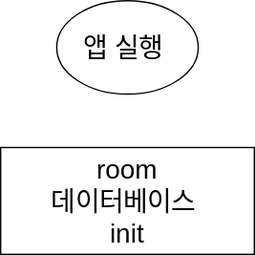
Earlier version of the draw.io export app_design/version_1/voca_block_view_flow.svg (Jiy-park/voca_block). Source tidied: cells renumbered, new cells last; positions are measured from the earlier drawing's top-left corner, leaving out a move shared by most shapes. Its diagram source:
```xml
<mxGraphModel>
  <root>
    <mxCell id="0" />
    <mxCell id="1" parent="0" />
    <mxCell id="2" value="&lt;font style=&quot;font-size: 20px;&quot;&gt;앱 실행&amp;nbsp;&lt;/font&gt;" style="ellipse;whiteSpace=wrap;html=1;" parent="1" vertex="1">
      <mxGeometry x="42" width="106" height="70" as="geometry" />
    </mxCell>
    <mxCell id="3" value="&lt;font style=&quot;font-size: 20px;&quot;&gt;room &lt;br&gt;데이터베이스&amp;nbsp;&lt;br&gt;init&lt;br&gt;&lt;/font&gt;" style="rounded=0;whiteSpace=wrap;html=1;" parent="1" vertex="1">
      <mxGeometry y="110" width="190" height="80" as="geometry" />
    </mxCell>
  </root>
</mxGraphModel>
```
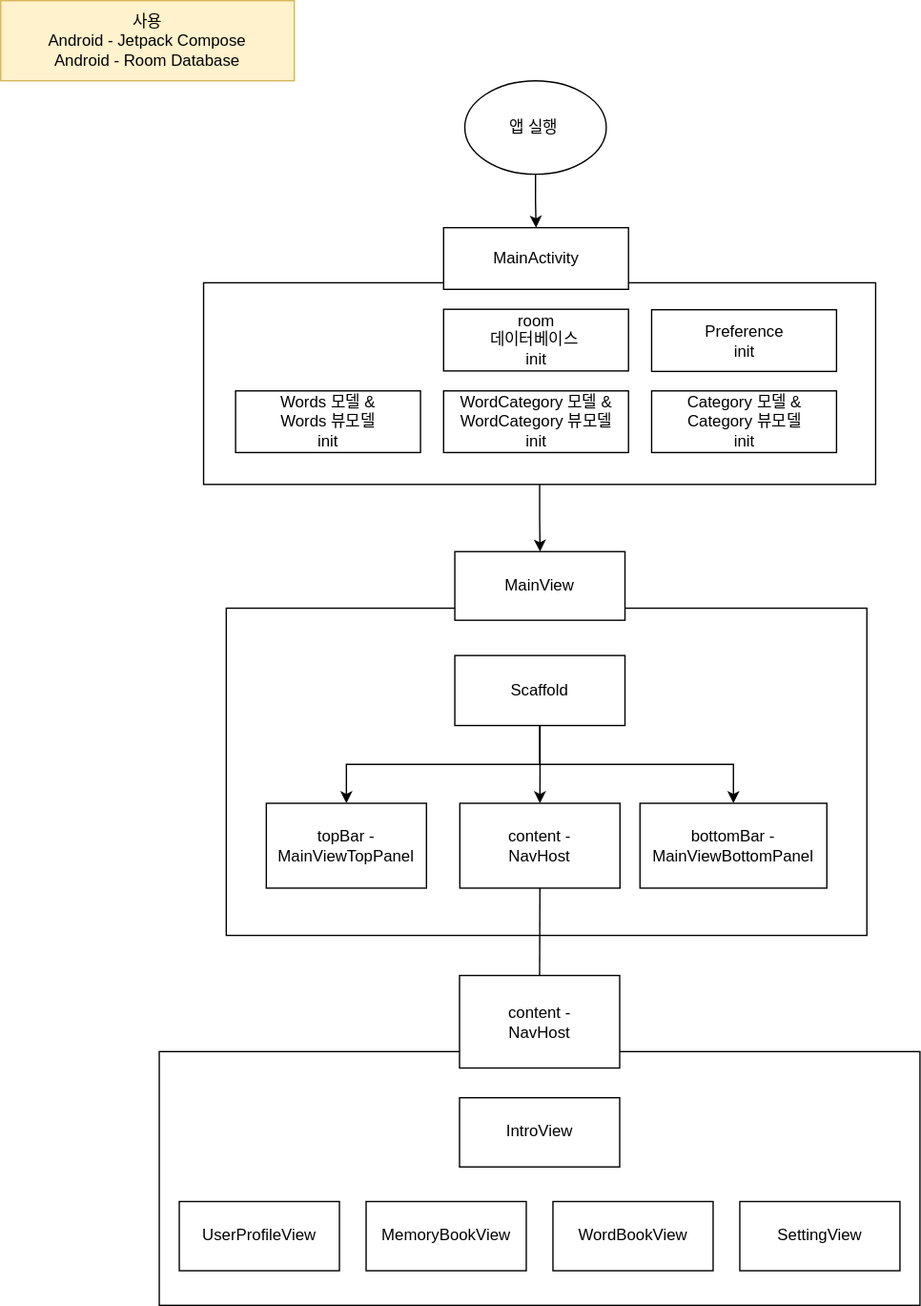
The same file after the commit.

What changed in the source:
```diff
@@ -2,11 +2,98 @@
   <root>
     <mxCell id="0" />
     <mxCell id="1" parent="0" />
+    <mxCell id="4" style="edgeStyle=orthogonalEdgeStyle;rounded=0;jettySize=auto;html=1;exitX=0.5;exitY=1;exitDx=0;exitDy=0;entryX=0.5;entryY=0;entryDx=0;entryDy=0;" parent="1" edge="1" source="2" target="7">
+      <mxGeometry relative="1" as="geometry" />
+    </mxCell>
-    <mxCell id="2" value="&lt;font style=&quot;font-size: 20px;&quot;&gt;앱 실행&amp;nbsp;&lt;/font&gt;" style="ellipse;whiteSpace=wrap;html=1;" parent="1" vertex="1">
+    <mxCell id="2" value="&lt;font style=&quot;font-size: 12px;&quot;&gt;앱 실행&amp;nbsp;&lt;/font&gt;" style="ellipse;whiteSpace=wrap;html=1;" parent="1" vertex="1">
       <mxGeometry x="42" width="106" height="70" as="geometry" />
     </mxCell>
+    <mxCell id="5" style="group;" parent="1" vertex="1">
+      <mxGeometry x="-153.7" y="110" width="503.6" height="220" as="geometry" />
+    </mxCell>
+    <mxCell id="6" style="rounded=0;whiteSpace=wrap;html=1;" parent="5" vertex="1">
+      <mxGeometry y="41.3" width="503.6" height="151" as="geometry" />
+    </mxCell>
-    <mxCell id="3" value="&lt;font style=&quot;font-size: 20px;&quot;&gt;room &lt;br&gt;데이터베이스&amp;nbsp;&lt;br&gt;init&lt;br&gt;&lt;/font&gt;" style="rounded=0;whiteSpace=wrap;html=1;" parent="1" vertex="1">
-      <mxGeometry y="110" width="190" height="80" as="geometry" />
+    <mxCell id="3" value="&lt;font style=&quot;font-size: 12px;&quot;&gt;WordCategory 모델 &amp;amp;&lt;br&gt;WordCategory 뷰모델&lt;br&gt;init&lt;br&gt;&lt;/font&gt;" style="rounded=0;whiteSpace=wrap;html=1;" parent="5" vertex="1">
+      <mxGeometry x="179.8" y="122.2" width="138.5" height="46.2" as="geometry" />
     </mxCell>
+    <mxCell id="7" value="MainActivity" style="rounded=0;whiteSpace=wrap;html=1;" parent="5" vertex="1">
+      <mxGeometry x="179.8" width="138.5" height="46.2" as="geometry" />
+    </mxCell>
+    <mxCell id="8" value="&lt;font style=&quot;font-size: 12px;&quot;&gt;room &lt;br&gt;데이터베이스&amp;nbsp;&lt;br&gt;init&lt;br&gt;&lt;/font&gt;" style="rounded=0;whiteSpace=wrap;html=1;" parent="5" vertex="1">
+      <mxGeometry x="179.8" y="61.1" width="138.5" height="46.2" as="geometry" />
+    </mxCell>
+    <mxCell id="9" value="&lt;font style=&quot;font-size: 12px;&quot;&gt;Preference&lt;br&gt;init&lt;br&gt;&lt;/font&gt;" style="rounded=0;whiteSpace=wrap;html=1;" parent="5" vertex="1">
+      <mxGeometry x="335.7" y="61.5" width="138.5" height="46.2" as="geometry" />
+    </mxCell>
+    <mxCell id="10" value="Words 모델 &amp;amp;&lt;br&gt;Words 뷰모델&lt;br&gt;init" style="rounded=0;whiteSpace=wrap;html=1;" parent="5" vertex="1">
+      <mxGeometry x="24" y="122.2" width="138.5" height="46.2" as="geometry" />
+    </mxCell>
+    <mxCell id="11" value="&lt;font style=&quot;font-size: 12px;&quot;&gt;Category 모델 &amp;amp;&lt;br&gt;Category 뷰모델&lt;br&gt;init&lt;br&gt;&lt;/font&gt;" style="rounded=0;whiteSpace=wrap;html=1;" parent="5" vertex="1">
+      <mxGeometry x="335.7" y="122.2" width="138.5" height="46.2" as="geometry" />
+    </mxCell>
+    <mxCell id="12" style="group;" parent="1" vertex="1">
+      <mxGeometry x="-136.7" y="370" width="480" height="270" as="geometry" />
+    </mxCell>
+    <mxCell id="13" style="rounded=0;whiteSpace=wrap;html=1;" parent="12" vertex="1">
+      <mxGeometry y="24.9" width="480" height="245.1" as="geometry" />
+    </mxCell>
+    <mxCell id="14" value="MainView" style="whiteSpace=wrap;html=1;" parent="12" vertex="1">
+      <mxGeometry x="171.2" y="-17.4" width="127.5" height="51.4" as="geometry" />
+    </mxCell>
+    <mxCell id="15" value="Scaffold" style="whiteSpace=wrap;html=1;" parent="12" vertex="1">
+      <mxGeometry x="171.2" y="60.4" width="127.5" height="52.4" as="geometry" />
+    </mxCell>
+    <mxCell id="16" value="topBar - MainViewTopPanel" style="whiteSpace=wrap;html=1;" parent="12" vertex="1">
+      <mxGeometry x="30" y="171" width="120" height="63.5" as="geometry" />
+    </mxCell>
+    <mxCell id="17" style="edgeStyle=orthogonalEdgeStyle;rounded=0;jettySize=auto;html=1;exitX=0.5;exitY=1;exitDx=0;exitDy=0;entryX=0.5;entryY=0;entryDx=0;entryDy=0;" parent="12" edge="1" source="15" target="16">
+      <mxGeometry relative="1" as="geometry" />
+    </mxCell>
+    <mxCell id="18" value="bottomBar - MainViewBottomPanel" style="whiteSpace=wrap;html=1;" parent="12" vertex="1">
+      <mxGeometry x="310" y="171" width="140" height="63.5" as="geometry" />
+    </mxCell>
+    <mxCell id="19" style="edgeStyle=orthogonalEdgeStyle;rounded=0;jettySize=auto;html=1;exitX=0.5;exitY=1;exitDx=0;exitDy=0;entryX=0.5;entryY=0;entryDx=0;entryDy=0;" parent="12" edge="1" source="15" target="18">
+      <mxGeometry relative="1" as="geometry" />
+    </mxCell>
+    <mxCell id="20" value="content - &lt;br&gt;NavHost" style="whiteSpace=wrap;html=1;" parent="12" vertex="1">
+      <mxGeometry x="175" y="171" width="120" height="63.5" as="geometry" />
+    </mxCell>
+    <mxCell id="21" style="edgeStyle=orthogonalEdgeStyle;rounded=0;jettySize=auto;html=1;" parent="12" edge="1" source="15" target="20">
+      <mxGeometry relative="1" as="geometry" />
+    </mxCell>
+    <mxCell id="22" style="edgeStyle=orthogonalEdgeStyle;rounded=0;jettySize=auto;html=1;" parent="1" edge="1" source="6" target="14">
+      <mxGeometry relative="1" as="geometry" />
+    </mxCell>
+    <mxCell id="23" value="사용&lt;br&gt;Android - Jetpack Compose&lt;br&gt;Android - Room Database" style="rounded=0;whiteSpace=wrap;html=1;fillColor=#fff2cc;strokeColor=#d6b656;" parent="1" vertex="1">
+      <mxGeometry x="-305.7" y="-60" width="220" height="60" as="geometry" />
+    </mxCell>
+    <mxCell id="24" style="group;" parent="1" vertex="1">
+      <mxGeometry x="-186.9" y="670" width="570" height="247" as="geometry" />
+    </mxCell>
+    <mxCell id="25" style="rounded=0;whiteSpace=wrap;html=1;" parent="24" vertex="1">
+      <mxGeometry y="57" width="570" height="190" as="geometry" />
+    </mxCell>
+    <mxCell id="26" value="IntroView" style="rounded=0;whiteSpace=wrap;html=1;" parent="24" vertex="1">
+      <mxGeometry x="225" y="91.5" width="120" height="51.8" as="geometry" />
+    </mxCell>
+    <mxCell id="27" value="content - &lt;br&gt;NavHost" style="whiteSpace=wrap;html=1;" parent="24" vertex="1">
+      <mxGeometry x="225" width="120" height="69.3" as="geometry" />
+    </mxCell>
+    <mxCell id="28" value="MemoryBookView" style="rounded=0;whiteSpace=wrap;html=1;" parent="24" vertex="1">
+      <mxGeometry x="155" y="169.3" width="120" height="51.8" as="geometry" />
+    </mxCell>
+    <mxCell id="29" value="WordBookView" style="rounded=0;whiteSpace=wrap;html=1;" parent="24" vertex="1">
+      <mxGeometry x="295" y="169.3" width="120" height="51.8" as="geometry" />
+    </mxCell>
+    <mxCell id="30" value="SettingView" style="rounded=0;whiteSpace=wrap;html=1;" parent="24" vertex="1">
+      <mxGeometry x="435" y="169.3" width="120" height="51.8" as="geometry" />
+    </mxCell>
+    <mxCell id="31" value="UserProfileView" style="rounded=0;whiteSpace=wrap;html=1;" parent="24" vertex="1">
+      <mxGeometry x="15" y="169.3" width="120" height="51.8" as="geometry" />
+    </mxCell>
+    <mxCell id="32" style="endArrow=none;html=1;rounded=0;entryX=0.5;entryY=1;entryDx=0;entryDy=0;exitX=0.5;exitY=0;exitDx=0;exitDy=0;" parent="1" edge="1" source="27" target="20">
+      <mxGeometry relative="1" as="geometry" />
+    </mxCell>
   </root>
 </mxGraphModel>
```
